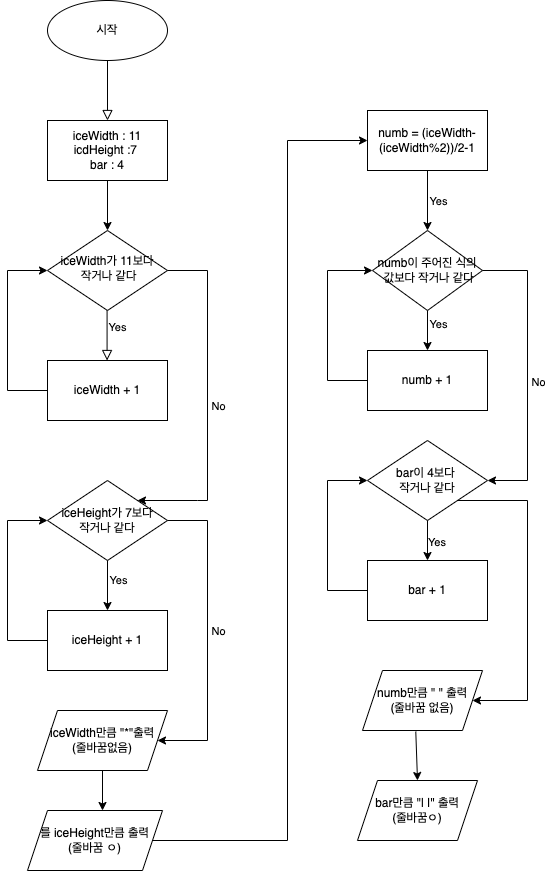
The draw.io diagram week1 step2.drawio.png in yagom-academy/swift-starter-Round1, before a commit. Source tidied: cells renumbered, new cells last; positions are measured from the earlier drawing's top-left corner, leaving out a move shared by most shapes.
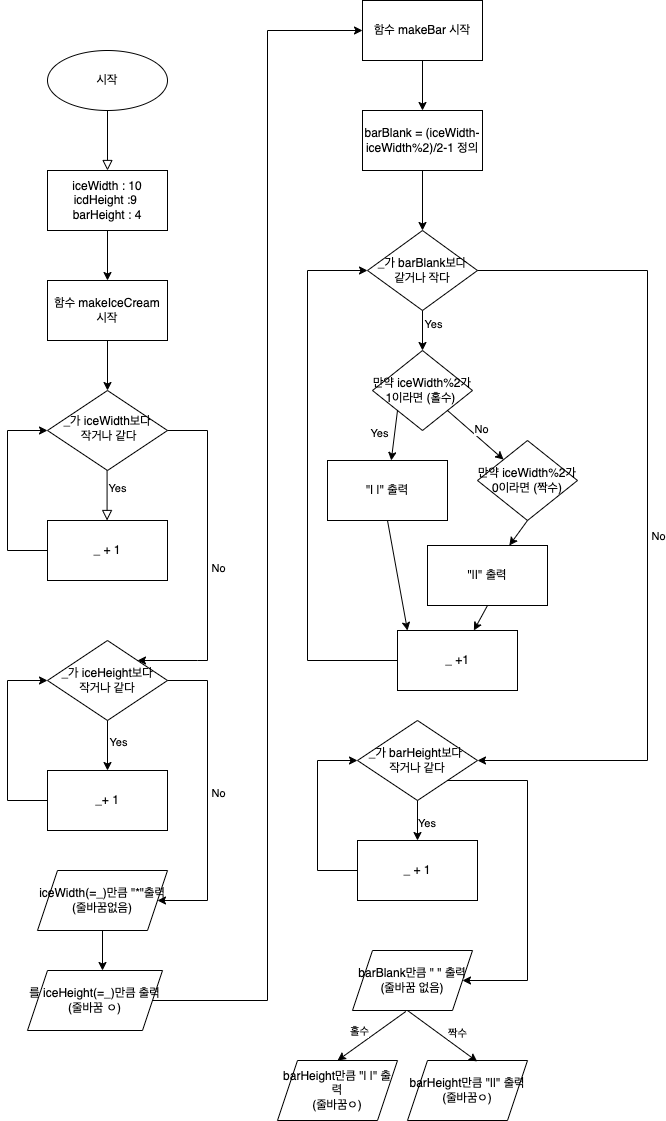
After the commit.

Commit message:
swift-starter-week1

What changed in the source:
```diff
@@ -9,34 +9,34 @@
     </mxCell>
     <mxCell id="3" value="Yes" style="rounded=0;html=1;jettySize=auto;orthogonalLoop=1;fontSize=11;endArrow=block;endFill=0;endSize=8;strokeWidth=1;shadow=0;labelBackgroundColor=none;edgeStyle=orthogonalEdgeStyle;" parent="1" edge="1">
       <mxGeometry x="-0.33" y="10" relative="1" as="geometry">
-        <mxPoint x="99.6" y="310" as="sourcePoint" />
-        <mxPoint x="99.6" y="360" as="targetPoint" />
+        <mxPoint x="99.6" y="420" as="sourcePoint" />
+        <mxPoint x="99.6" y="470" as="targetPoint" />
       </mxGeometry>
     </mxCell>
-    <mxCell id="4" value="iceWidth가 11보다&lt;br&gt;&amp;nbsp;작거나 같다" style="rhombus;whiteSpace=wrap;html=1;shadow=0;fontFamily=Helvetica;fontSize=12;align=center;strokeWidth=1;spacing=6;spacingTop=-4;" parent="1" vertex="1">
-      <mxGeometry x="40" y="230" width="120" height="80" as="geometry" />
+    <mxCell id="4" value="_가 iceWidth보다&lt;br&gt;&amp;nbsp;작거나 같다" style="rhombus;whiteSpace=wrap;html=1;shadow=0;fontFamily=Helvetica;fontSize=12;align=center;strokeWidth=1;spacing=6;spacingTop=-4;" parent="1" vertex="1">
+      <mxGeometry x="40" y="340" width="120" height="80" as="geometry" />
     </mxCell>
     <mxCell id="5" value="시작" style="ellipse;whiteSpace=wrap;html=1;" parent="1" vertex="1">
       <mxGeometry x="40" width="120" height="60" as="geometry" />
     </mxCell>
-    <mxCell id="6" value="iceWidth : 11&lt;br&gt;icdHeight :7&amp;nbsp;&lt;br&gt;bar : 4" style="rounded=0;whiteSpace=wrap;html=1;" parent="1" vertex="1">
+    <mxCell id="6" value="iceWidth : 10&lt;br&gt;icdHeight :9&amp;nbsp;&lt;br&gt;barHeight : 4" style="rounded=0;whiteSpace=wrap;html=1;" parent="1" vertex="1">
       <mxGeometry x="40" y="120" width="120" height="60" as="geometry" />
     </mxCell>
     <mxCell id="7" style="endArrow=classic;html=1;rounded=0;entryX=0;entryY=0.5;entryDx=0;entryDy=0;" parent="1" edge="1" target="4">
       <mxGeometry relative="1" as="geometry">
-        <mxPoint x="40" y="390" as="sourcePoint" />
+        <mxPoint x="40" y="500" as="sourcePoint" />
         <Array as="points">
-          <mxPoint y="390" />
-          <mxPoint y="270" />
+          <mxPoint y="500" />
+          <mxPoint y="380" />
         </Array>
       </mxGeometry>
     </mxCell>
     <mxCell id="8" style="endArrow=classic;html=1;rounded=0;exitX=1;exitY=0.5;exitDx=0;exitDy=0;entryX=1;entryY=0;entryDx=0;entryDy=0;" parent="1" edge="1" source="4" target="12">
       <mxGeometry relative="1" as="geometry">
         <Array as="points">
-          <mxPoint x="200" y="270" />
-          <mxPoint x="200" y="500" />
-          <mxPoint x="190" y="500" />
+          <mxPoint x="200" y="380" />
+          <mxPoint x="200" y="610" />
+          <mxPoint x="190" y="610" />
         </Array>
       </mxGeometry>
     </mxCell>
@@ -45,20 +45,20 @@
         <mxPoint x="14" y="-6" as="offset" />
       </mxGeometry>
     </mxCell>
-    <mxCell id="10" style="endArrow=classic;html=1;rounded=0;exitX=0.5;exitY=1;exitDx=0;exitDy=0;entryX=0.5;entryY=0;entryDx=0;entryDy=0;" parent="1" edge="1" target="4">
+    <mxCell id="10" style="endArrow=classic;html=1;rounded=0;exitX=0.5;exitY=1;exitDx=0;exitDy=0;entryX=0.5;entryY=0;entryDx=0;entryDy=0;" parent="1" edge="1" target="43">
       <mxGeometry relative="1" as="geometry">
         <mxPoint x="100" y="180" as="sourcePoint" />
       </mxGeometry>
     </mxCell>
-    <mxCell id="11" value="iceWidth + 1" style="rounded=0;whiteSpace=wrap;html=1;" parent="1" vertex="1">
-      <mxGeometry x="40" y="360" width="120" height="60" as="geometry" />
+    <mxCell id="11" value="_ + 1" style="rounded=0;whiteSpace=wrap;html=1;" parent="1" vertex="1">
+      <mxGeometry x="40" y="470" width="120" height="60" as="geometry" />
     </mxCell>
-    <mxCell id="12" value="iceHeight가 7보다&lt;br&gt;작거나 같다" style="rhombus;whiteSpace=wrap;html=1;" parent="1" vertex="1">
-      <mxGeometry x="40" y="480" width="120" height="80" as="geometry" />
+    <mxCell id="12" value="_가 iceHeight보다&lt;br&gt;작거나 같다" style="rhombus;whiteSpace=wrap;html=1;" parent="1" vertex="1">
+      <mxGeometry x="40" y="590" width="120" height="80" as="geometry" />
     </mxCell>
     <mxCell id="13" style="endArrow=classic;html=1;rounded=0;exitX=0.5;exitY=1;exitDx=0;exitDy=0;" parent="1" edge="1" source="12">
       <mxGeometry relative="1" as="geometry">
-        <mxPoint x="100" y="610" as="targetPoint" />
+        <mxPoint x="100" y="720" as="targetPoint" />
       </mxGeometry>
     </mxCell>
     <mxCell id="14" value="Yes" style="edgeLabel;html=1;align=center;verticalAlign=middle;" parent="13" vertex="1">
@@ -66,26 +66,26 @@
         <mxPoint x="10" y="3" as="offset" />
       </mxGeometry>
     </mxCell>
-    <mxCell id="15" value="iceHeight + 1" style="rounded=0;whiteSpace=wrap;html=1;" parent="1" vertex="1">
-      <mxGeometry x="40" y="610" width="120" height="60" as="geometry" />
+    <mxCell id="15" value="_+ 1" style="rounded=0;whiteSpace=wrap;html=1;" parent="1" vertex="1">
+      <mxGeometry x="40" y="720" width="120" height="60" as="geometry" />
     </mxCell>
     <mxCell id="16" style="endArrow=classic;html=1;rounded=0;exitX=0;exitY=0.5;exitDx=0;exitDy=0;entryX=0;entryY=0.5;entryDx=0;entryDy=0;" parent="1" edge="1" source="15" target="12">
       <mxGeometry relative="1" as="geometry">
         <Array as="points">
-          <mxPoint y="640" />
-          <mxPoint y="520" />
+          <mxPoint y="750" />
+          <mxPoint y="630" />
         </Array>
       </mxGeometry>
     </mxCell>
-    <mxCell id="17" value="iceWidth만큼 &quot;*&quot;출력&lt;br&gt;(줄바꿈없음)" style="shape=parallelogram;perimeter=parallelogramPerimeter;whiteSpace=wrap;html=1;fixedSize=1;" parent="1" vertex="1">
-      <mxGeometry x="30" y="710" width="130" height="60" as="geometry" />
+    <mxCell id="17" value="iceWidth(=_)만큼 &quot;*&quot;출력&lt;br&gt;(줄바꿈없음)" style="shape=parallelogram;perimeter=parallelogramPerimeter;whiteSpace=wrap;html=1;fixedSize=1;" parent="1" vertex="1">
+      <mxGeometry x="30" y="820" width="130" height="60" as="geometry" />
     </mxCell>
     <mxCell id="18" style="endArrow=classic;html=1;rounded=0;exitX=1;exitY=0.5;exitDx=0;exitDy=0;entryX=1;entryY=0.5;entryDx=0;entryDy=0;" parent="1" edge="1" source="12">
       <mxGeometry relative="1" as="geometry">
-        <mxPoint x="150" y="740" as="targetPoint" />
+        <mxPoint x="150" y="850" as="targetPoint" />
         <Array as="points">
-          <mxPoint x="200" y="520" />
-          <mxPoint x="200" y="740" />
+          <mxPoint x="200" y="630" />
+          <mxPoint x="200" y="850" />
         </Array>
       </mxGeometry>
     </mxCell>
@@ -96,40 +96,26 @@
     </mxCell>
     <mxCell id="20" style="endArrow=classic;html=1;rounded=0;exitX=0.5;exitY=1;exitDx=0;exitDy=0;" parent="1" edge="1" source="17">
       <mxGeometry relative="1" as="geometry">
-        <mxPoint x="95" y="810" as="targetPoint" />
+        <mxPoint x="95" y="920" as="targetPoint" />
       </mxGeometry>
     </mxCell>
-    <mxCell id="21" value="를 iceHeight만큼 출력&lt;br&gt;(줄바꿈 ㅇ)" style="shape=parallelogram;perimeter=parallelogramPerimeter;whiteSpace=wrap;html=1;fixedSize=1;" parent="1" vertex="1">
-      <mxGeometry x="20" y="810" width="135" height="60" as="geometry" />
+    <mxCell id="21" value="를 iceHeight(=_)만큼 출력&lt;br&gt;(줄바꿈 ㅇ)" style="shape=parallelogram;perimeter=parallelogramPerimeter;whiteSpace=wrap;html=1;fixedSize=1;" parent="1" vertex="1">
+      <mxGeometry x="20" y="920" width="135" height="60" as="geometry" />
     </mxCell>
-    <mxCell id="22" style="endArrow=classic;html=1;rounded=0;exitX=1;exitY=0.5;exitDx=0;exitDy=0;" parent="1" edge="1" source="21">
-      <mxGeometry relative="1" as="geometry">
-        <mxPoint x="360" y="140" as="targetPoint" />
-        <Array as="points">
-          <mxPoint x="280" y="840" />
-          <mxPoint x="280" y="140" />
-        </Array>
-      </mxGeometry>
-    </mxCell>
-    <mxCell id="23" value="numb = (iceWidth-(iceWidth%2))/2-1" style="rounded=0;whiteSpace=wrap;html=1;" parent="1" vertex="1">
-      <mxGeometry x="360" y="110" width="120" height="60" as="geometry" />
+    <mxCell id="23" value="barBlank = (iceWidth-iceWidth%2)/2-1 정의" style="rounded=0;whiteSpace=wrap;html=1;" parent="1" vertex="1">
+      <mxGeometry x="355" y="60" width="120" height="60" as="geometry" />
     </mxCell>
     <mxCell id="24" style="endArrow=classic;html=1;rounded=0;exitX=0.5;exitY=1;exitDx=0;exitDy=0;" parent="1" edge="1" source="23">
       <mxGeometry relative="1" as="geometry">
-        <mxPoint x="420" y="230" as="targetPoint" />
+        <mxPoint x="415" y="180" as="targetPoint" />
       </mxGeometry>
     </mxCell>
-    <mxCell id="25" value="Yes" style="edgeLabel;html=1;align=center;verticalAlign=middle;" parent="24" vertex="1">
-      <mxGeometry x="-0.17" y="2" relative="1" as="geometry">
-        <mxPoint x="8" y="5" as="offset" />
-      </mxGeometry>
-    </mxCell>
-    <mxCell id="26" value="numb이 주어진 식의&lt;br style=&quot;border-color: var(--border-color);&quot;&gt;&amp;nbsp;값보다 작거나 같다" style="rhombus;whiteSpace=wrap;html=1;" parent="1" vertex="1">
-      <mxGeometry x="365" y="230" width="110" height="80" as="geometry" />
+    <mxCell id="26" value="_가 barBlank보다&lt;br&gt;같거나 작다" style="rhombus;whiteSpace=wrap;html=1;" parent="1" vertex="1">
+      <mxGeometry x="360" y="180" width="110" height="80" as="geometry" />
     </mxCell>
     <mxCell id="27" style="endArrow=classic;html=1;rounded=0;exitX=0.5;exitY=1;exitDx=0;exitDy=0;" parent="1" edge="1" source="26">
       <mxGeometry relative="1" as="geometry">
-        <mxPoint x="420" y="350" as="targetPoint" />
+        <mxPoint x="415" y="300" as="targetPoint" />
       </mxGeometry>
     </mxCell>
     <mxCell id="28" value="Yes" style="edgeLabel;html=1;align=center;verticalAlign=middle;" parent="27" vertex="1">
@@ -137,22 +123,11 @@
         <mxPoint x="13" as="offset" />
       </mxGeometry>
     </mxCell>
-    <mxCell id="29" value="numb + 1" style="rounded=0;whiteSpace=wrap;html=1;" parent="1" vertex="1">
-      <mxGeometry x="360" y="350" width="120" height="60" as="geometry" />
-    </mxCell>
-    <mxCell id="30" style="endArrow=classic;html=1;rounded=0;exitX=0;exitY=0.5;exitDx=0;exitDy=0;entryX=0;entryY=0.5;entryDx=0;entryDy=0;" parent="1" edge="1" source="29" target="26">
-      <mxGeometry relative="1" as="geometry">
-        <Array as="points">
-          <mxPoint x="320" y="380" />
-          <mxPoint x="320" y="270" />
-        </Array>
-      </mxGeometry>
-    </mxCell>
     <mxCell id="31" style="endArrow=classic;html=1;rounded=0;exitX=1;exitY=0.5;exitDx=0;exitDy=0;entryX=1;entryY=0.5;entryDx=0;entryDy=0;" parent="1" edge="1" source="26" target="33">
       <mxGeometry relative="1" as="geometry">
         <Array as="points">
-          <mxPoint x="520" y="270" />
-          <mxPoint x="520" y="480" />
+          <mxPoint x="640" y="220" />
+          <mxPoint x="640" y="710" />
         </Array>
       </mxGeometry>
     </mxCell>
@@ -161,12 +136,12 @@
         <mxPoint x="9" y="2" as="offset" />
       </mxGeometry>
     </mxCell>
-    <mxCell id="33" value="bar이 4보다&amp;nbsp;&lt;br&gt;작거나 같다" style="rhombus;whiteSpace=wrap;html=1;" parent="1" vertex="1">
-      <mxGeometry x="360" y="440" width="120" height="80" as="geometry" />
+    <mxCell id="33" value="_가 barHeight보다&amp;nbsp;&lt;br&gt;작거나 같다" style="rhombus;whiteSpace=wrap;html=1;" parent="1" vertex="1">
+      <mxGeometry x="350" y="670" width="120" height="80" as="geometry" />
     </mxCell>
     <mxCell id="34" style="endArrow=classic;html=1;rounded=0;exitX=0.5;exitY=1;exitDx=0;exitDy=0;" parent="1" edge="1" source="33">
       <mxGeometry relative="1" as="geometry">
-        <mxPoint x="420" y="560" as="targetPoint" />
+        <mxPoint x="410" y="790" as="targetPoint" />
       </mxGeometry>
     </mxCell>
     <mxCell id="35" value="Yes&amp;nbsp;" style="edgeLabel;html=1;align=center;verticalAlign=middle;" parent="34" vertex="1">
@@ -174,33 +149,121 @@
         <mxPoint x="12" y="7" as="offset" />
       </mxGeometry>
     </mxCell>
-    <mxCell id="36" value="bar + 1" style="rounded=0;whiteSpace=wrap;html=1;" parent="1" vertex="1">
-      <mxGeometry x="360" y="560" width="120" height="60" as="geometry" />
+    <mxCell id="36" value="_ + 1" style="rounded=0;whiteSpace=wrap;html=1;" parent="1" vertex="1">
+      <mxGeometry x="350" y="790" width="120" height="60" as="geometry" />
     </mxCell>
     <mxCell id="37" style="endArrow=classic;html=1;rounded=0;exitX=0;exitY=0.5;exitDx=0;exitDy=0;entryX=0;entryY=0.5;entryDx=0;entryDy=0;" parent="1" edge="1" source="36" target="33">
       <mxGeometry relative="1" as="geometry">
         <Array as="points">
-          <mxPoint x="320" y="590" />
-          <mxPoint x="320" y="480" />
+          <mxPoint x="310" y="820" />
+          <mxPoint x="310" y="710" />
         </Array>
       </mxGeometry>
     </mxCell>
     <mxCell id="38" style="endArrow=classic;html=1;rounded=0;exitX=1;exitY=1;exitDx=0;exitDy=0;entryX=1;entryY=0.5;entryDx=0;entryDy=0;" parent="1" edge="1" source="33" target="39">
       <mxGeometry relative="1" as="geometry">
         <Array as="points">
-          <mxPoint x="520" y="500" />
-          <mxPoint x="520" y="700" />
+          <mxPoint x="520" y="730" />
+          <mxPoint x="520" y="930" />
         </Array>
       </mxGeometry>
     </mxCell>
-    <mxCell id="39" value="numb만큼 &quot; &quot; 출력&lt;br&gt;(줄바꿈 없음)" style="shape=parallelogram;perimeter=parallelogramPerimeter;whiteSpace=wrap;html=1;fixedSize=1;" parent="1" vertex="1">
-      <mxGeometry x="355" y="670" width="120" height="60" as="geometry" />
+    <mxCell id="39" value="barBlank만큼 &quot; &quot; 출력&lt;br&gt;(줄바꿈 없음)" style="shape=parallelogram;perimeter=parallelogramPerimeter;whiteSpace=wrap;html=1;fixedSize=1;" parent="1" vertex="1">
+      <mxGeometry x="345" y="900" width="120" height="60" as="geometry" />
     </mxCell>
-    <mxCell id="40" value="bar만큼 &quot;| |&quot; 출력&lt;br&gt;(줄바꿈ㅇ)" style="shape=parallelogram;perimeter=parallelogramPerimeter;whiteSpace=wrap;html=1;fixedSize=1;" parent="1" vertex="1">
-      <mxGeometry x="350" y="780" width="120" height="60" as="geometry" />
+    <mxCell id="40" value="barHeight만큼 &quot;| |&quot; 출력&lt;br&gt;(줄바꿈ㅇ)" style="shape=parallelogram;perimeter=parallelogramPerimeter;whiteSpace=wrap;html=1;fixedSize=1;" parent="1" vertex="1">
+      <mxGeometry x="270" y="1010" width="120" height="60" as="geometry" />
     </mxCell>
     <mxCell id="41" style="endArrow=classic;html=1;rounded=0;exitX=0.444;exitY=1.017;exitDx=0;exitDy=0;exitPerimeter=0;entryX=0.5;entryY=0;entryDx=0;entryDy=0;" parent="1" edge="1" source="39" target="40">
       <mxGeometry relative="1" as="geometry" />
     </mxCell>
+    <mxCell id="42" value="홀수" style="edgeLabel;html=1;align=center;verticalAlign=middle;" parent="41" vertex="1">
+      <mxGeometry x="-0.27" y="-2" relative="1" as="geometry">
+        <mxPoint x="-22" y="3" as="offset" />
+      </mxGeometry>
+    </mxCell>
+    <mxCell id="43" value="함수 makeIceCream 시작" style="rounded=0;whiteSpace=wrap;html=1;" parent="1" vertex="1">
+      <mxGeometry x="40" y="230" width="120" height="60" as="geometry" />
+    </mxCell>
+    <mxCell id="44" style="endArrow=classic;html=1;rounded=0;exitX=0.5;exitY=1;exitDx=0;exitDy=0;entryX=0.5;entryY=0;entryDx=0;entryDy=0;" parent="1" edge="1" source="43" target="4">
+      <mxGeometry relative="1" as="geometry" />
+    </mxCell>
+    <mxCell id="45" value="함수 makeBar 시작" style="rounded=0;whiteSpace=wrap;html=1;" parent="1" vertex="1">
+      <mxGeometry x="355" y="-50" width="120" height="60" as="geometry" />
+    </mxCell>
+    <mxCell id="46" style="endArrow=classic;html=1;rounded=0;exitX=0.5;exitY=1;exitDx=0;exitDy=0;entryX=0.5;entryY=0;entryDx=0;entryDy=0;" parent="1" edge="1" source="45" target="23">
+      <mxGeometry relative="1" as="geometry" />
+    </mxCell>
+    <mxCell id="47" style="endArrow=classic;html=1;rounded=0;exitX=1;exitY=0.5;exitDx=0;exitDy=0;entryX=0;entryY=0.5;entryDx=0;entryDy=0;" parent="1" edge="1" source="21" target="45">
+      <mxGeometry relative="1" as="geometry">
+        <Array as="points">
+          <mxPoint x="260" y="950" />
+          <mxPoint x="260" y="-20" />
+        </Array>
+      </mxGeometry>
+    </mxCell>
+    <mxCell id="48" value="만약 iceWidth%2가 1이라면 (홀수)&amp;nbsp;" style="rhombus;whiteSpace=wrap;html=1;" parent="1" vertex="1">
+      <mxGeometry x="365" y="300" width="100" height="80" as="geometry" />
+    </mxCell>
+    <mxCell id="49" style="endArrow=classic;html=1;rounded=0;exitX=0;exitY=1;exitDx=0;exitDy=0;" parent="1" edge="1" source="48" target="50">
+      <mxGeometry relative="1" as="geometry" />
+    </mxCell>
+    <mxCell id="25" value="Yes" style="edgeLabel;html=1;align=center;verticalAlign=middle;" parent="49" vertex="1">
+      <mxGeometry x="-0.13" y="-1" relative="1" as="geometry">
+        <mxPoint x="-15" as="offset" />
+      </mxGeometry>
+    </mxCell>
+    <mxCell id="50" value="&quot;| |&quot; 출력" style="rounded=0;whiteSpace=wrap;html=1;" parent="1" vertex="1">
+      <mxGeometry x="320" y="410" width="120" height="60" as="geometry" />
+    </mxCell>
+    <mxCell id="51" style="endArrow=classic;html=1;rounded=0;exitX=1;exitY=1;exitDx=0;exitDy=0;" parent="1" edge="1" source="48" target="53">
+      <mxGeometry relative="1" as="geometry" />
+    </mxCell>
+    <mxCell id="52" value="No" style="edgeLabel;html=1;align=center;verticalAlign=middle;" parent="51" vertex="1">
+      <mxGeometry x="-0.21" y="3" relative="1" as="geometry">
+        <mxPoint x="8" as="offset" />
+      </mxGeometry>
+    </mxCell>
+    <mxCell id="53" value="만약 iceWidth%2가 0이라면 (짝수)" style="rhombus;whiteSpace=wrap;html=1;" parent="1" vertex="1">
+      <mxGeometry x="470" y="390" width="100" height="80" as="geometry" />
+    </mxCell>
+    <mxCell id="54" style="endArrow=classic;html=1;rounded=0;exitX=0.5;exitY=1;exitDx=0;exitDy=0;" parent="1" edge="1" source="53" target="55">
+      <mxGeometry relative="1" as="geometry" />
+    </mxCell>
+    <mxCell id="55" value="&quot;||&quot; 출력" style="rounded=0;whiteSpace=wrap;html=1;" parent="1" vertex="1">
+      <mxGeometry x="420" y="495" width="120" height="60" as="geometry" />
+    </mxCell>
+    <mxCell id="56" style="endArrow=classic;html=1;rounded=0;exitX=0.5;exitY=1;exitDx=0;exitDy=0;" parent="1" edge="1" source="50">
+      <mxGeometry relative="1" as="geometry">
+        <mxPoint x="400" y="580" as="targetPoint" />
+      </mxGeometry>
+    </mxCell>
+    <mxCell id="57" style="endArrow=classic;html=1;rounded=0;exitX=0.5;exitY=1;exitDx=0;exitDy=0;" parent="1" edge="1" source="55" target="58">
+      <mxGeometry relative="1" as="geometry" />
+    </mxCell>
+    <mxCell id="58" value="_ +1" style="rounded=0;whiteSpace=wrap;html=1;" parent="1" vertex="1">
+      <mxGeometry x="390" y="580" width="120" height="60" as="geometry" />
+    </mxCell>
+    <mxCell id="59" style="endArrow=classic;html=1;rounded=0;exitX=0;exitY=0.5;exitDx=0;exitDy=0;entryX=0;entryY=0.5;entryDx=0;entryDy=0;" parent="1" edge="1" source="58" target="26">
+      <mxGeometry relative="1" as="geometry">
+        <Array as="points">
+          <mxPoint x="300" y="610" />
+          <mxPoint x="300" y="220" />
+        </Array>
+      </mxGeometry>
+    </mxCell>
+    <mxCell id="60" value="barHeight만큼 &quot;||&quot; 출력&lt;br&gt;(줄바꿈ㅇ)" style="shape=parallelogram;perimeter=parallelogramPerimeter;whiteSpace=wrap;html=1;fixedSize=1;" parent="1" vertex="1">
+      <mxGeometry x="400" y="1010" width="120" height="60" as="geometry" />
+    </mxCell>
+    <mxCell id="61" style="endArrow=classic;html=1;rounded=0;entryX=0.581;entryY=0.017;entryDx=0;entryDy=0;entryPerimeter=0;" parent="1" edge="1" target="60">
+      <mxGeometry relative="1" as="geometry">
+        <mxPoint x="400" y="960" as="sourcePoint" />
+      </mxGeometry>
+    </mxCell>
+    <mxCell id="62" value="짝수" style="edgeLabel;html=1;align=center;verticalAlign=middle;" parent="61" vertex="1">
+      <mxGeometry x="-0.11" y="1" relative="1" as="geometry">
+        <mxPoint x="18" as="offset" />
+      </mxGeometry>
+    </mxCell>
   </root>
 </mxGraphModel>
```
